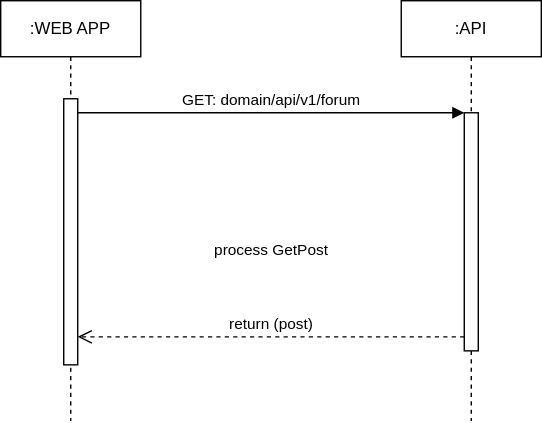
This is image/systemdiagram_sequenzdiagram/AddPost.svg from StudyConnect-ZHAW/StudyConnect, a draw.io export, as it was before one commit. Source tidied: cells renumbered, new cells last; positions are measured from the earlier drawing's top-left corner, leaving out a move shared by most shapes. The source it was exported from:
```xml
<mxGraphModel>
  <root>
    <mxCell id="0" />
    <mxCell id="1" parent="0" />
    <mxCell id="2" value=":WEB APP" style="shape=umlLifeline;perimeter=lifelinePerimeter;whiteSpace=wrap;html=1;newEdgeStyle={&quot;edgeStyle&quot;:&quot;elbowEdgeStyle&quot;,&quot;elbow&quot;:&quot;vertical&quot;,&quot;curved&quot;:0,&quot;rounded&quot;:0};" parent="1" vertex="1">
      <mxGeometry width="100" height="300" as="geometry" />
    </mxCell>
    <mxCell id="3" style="html=1;points=[];perimeter=orthogonalPerimeter;outlineConnect=0;targetShapes=umlLifeline;portConstraint=eastwest;newEdgeStyle={&quot;edgeStyle&quot;:&quot;elbowEdgeStyle&quot;,&quot;elbow&quot;:&quot;vertical&quot;,&quot;curved&quot;:0,&quot;rounded&quot;:0};" parent="2" vertex="1">
      <mxGeometry x="45" y="70" width="10" height="190" as="geometry" />
    </mxCell>
    <mxCell id="4" value=":API" style="shape=umlLifeline;perimeter=lifelinePerimeter;whiteSpace=wrap;html=1;newEdgeStyle={&quot;edgeStyle&quot;:&quot;elbowEdgeStyle&quot;,&quot;elbow&quot;:&quot;vertical&quot;,&quot;curved&quot;:0,&quot;rounded&quot;:0};" parent="1" vertex="1">
      <mxGeometry x="286" width="100" height="300" as="geometry" />
    </mxCell>
    <mxCell id="5" style="html=1;points=[];perimeter=orthogonalPerimeter;outlineConnect=0;targetShapes=umlLifeline;portConstraint=eastwest;newEdgeStyle={&quot;edgeStyle&quot;:&quot;elbowEdgeStyle&quot;,&quot;elbow&quot;:&quot;vertical&quot;,&quot;curved&quot;:0,&quot;rounded&quot;:0};" parent="4" vertex="1">
      <mxGeometry x="45" y="80" width="10" height="170" as="geometry" />
    </mxCell>
    <mxCell id="6" value="GET: domain/api/v1/forum" style="html=1;verticalAlign=bottom;endArrow=block;edgeStyle=elbowEdgeStyle;elbow=horizontal;curved=0;rounded=0;" parent="1" edge="1" source="3" target="5">
      <mxGeometry relative="1" as="geometry">
        <Array as="points">
          <mxPoint x="141" y="80" />
        </Array>
      </mxGeometry>
    </mxCell>
    <mxCell id="7" value="&lt;div&gt;process GetPost&lt;/div&gt;&lt;div&gt;&lt;br&gt;&lt;/div&gt;&lt;div&gt;&lt;br&gt;&lt;/div&gt;&lt;div&gt;&lt;br&gt;&lt;/div&gt;return (post)" style="html=1;verticalAlign=bottom;endArrow=open;dashed=1;endSize=8;edgeStyle=elbowEdgeStyle;elbow=vertical;curved=0;rounded=0;" parent="1" edge="1" source="5" target="3">
      <mxGeometry relative="1" as="geometry">
        <Array as="points">
          <mxPoint x="151" y="240" />
        </Array>
      </mxGeometry>
    </mxCell>
  </root>
</mxGraphModel>
```
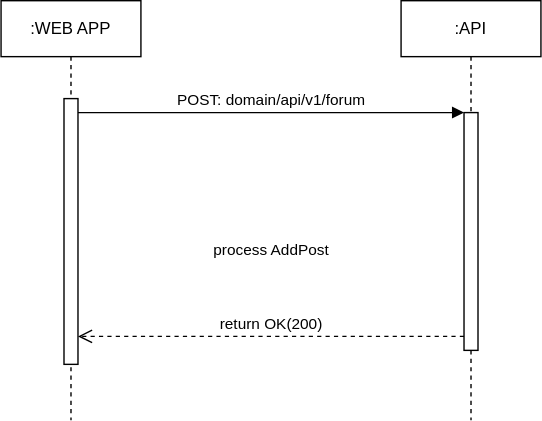
After the change.

What changed in the source:
```diff
@@ -14,14 +14,14 @@
     <mxCell id="5" style="html=1;points=[];perimeter=orthogonalPerimeter;outlineConnect=0;targetShapes=umlLifeline;portConstraint=eastwest;newEdgeStyle={&quot;edgeStyle&quot;:&quot;elbowEdgeStyle&quot;,&quot;elbow&quot;:&quot;vertical&quot;,&quot;curved&quot;:0,&quot;rounded&quot;:0};" parent="4" vertex="1">
       <mxGeometry x="45" y="80" width="10" height="170" as="geometry" />
     </mxCell>
-    <mxCell id="6" value="GET: domain/api/v1/forum" style="html=1;verticalAlign=bottom;endArrow=block;edgeStyle=elbowEdgeStyle;elbow=horizontal;curved=0;rounded=0;" parent="1" edge="1" source="3" target="5">
+    <mxCell id="6" value="POST: domain/api/v1/forum" style="html=1;verticalAlign=bottom;endArrow=block;edgeStyle=elbowEdgeStyle;elbow=horizontal;curved=0;rounded=0;" parent="1" edge="1" source="3" target="5">
       <mxGeometry relative="1" as="geometry">
         <Array as="points">
           <mxPoint x="141" y="80" />
         </Array>
       </mxGeometry>
     </mxCell>
-    <mxCell id="7" value="&lt;div&gt;process GetPost&lt;/div&gt;&lt;div&gt;&lt;br&gt;&lt;/div&gt;&lt;div&gt;&lt;br&gt;&lt;/div&gt;&lt;div&gt;&lt;br&gt;&lt;/div&gt;return (post)" style="html=1;verticalAlign=bottom;endArrow=open;dashed=1;endSize=8;edgeStyle=elbowEdgeStyle;elbow=vertical;curved=0;rounded=0;" parent="1" edge="1" source="5" target="3">
+    <mxCell id="7" value="&lt;div&gt;process AddPost&lt;/div&gt;&lt;div&gt;&lt;br&gt;&lt;/div&gt;&lt;div&gt;&lt;br&gt;&lt;/div&gt;&lt;div&gt;&lt;br&gt;&lt;/div&gt;return OK(200)" style="html=1;verticalAlign=bottom;endArrow=open;dashed=1;endSize=8;edgeStyle=elbowEdgeStyle;elbow=vertical;curved=0;rounded=0;" parent="1" edge="1" source="5" target="3">
       <mxGeometry relative="1" as="geometry">
         <Array as="points">
           <mxPoint x="151" y="240" />
```
